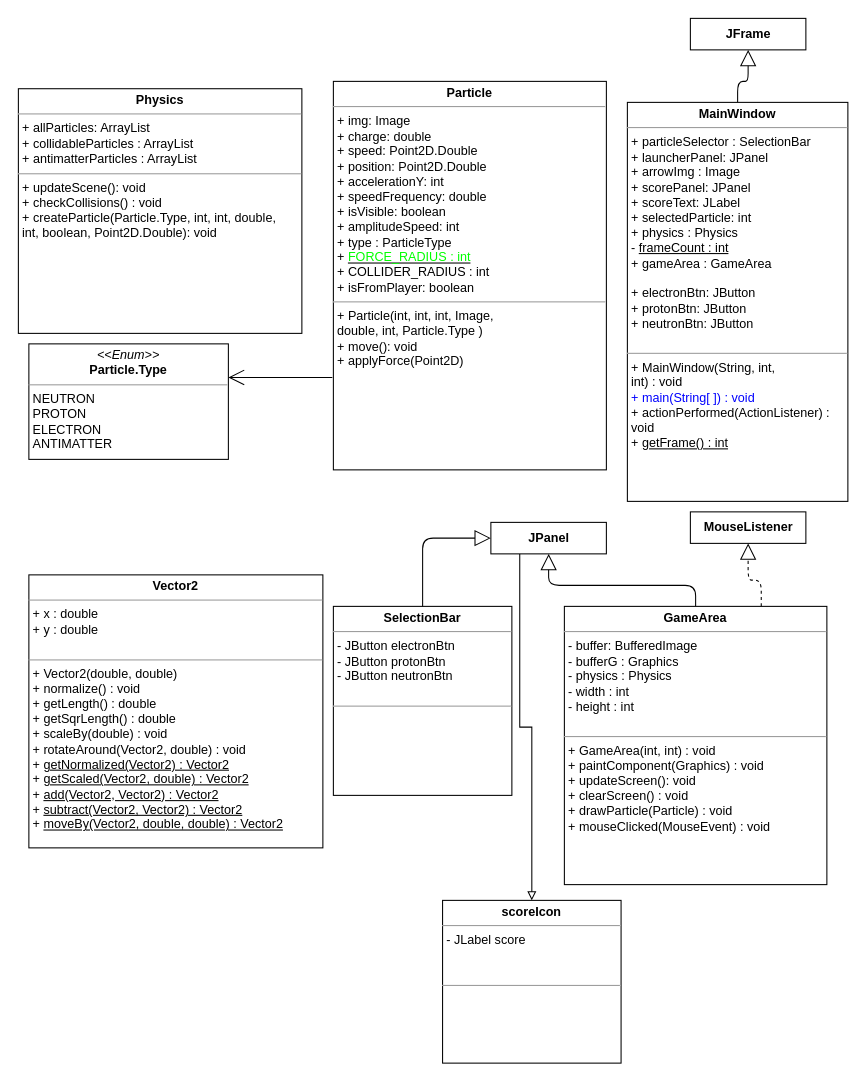
Above: DiagrammeUML.drawio in Iman974/Algo_Proj2A (draw.io), before the change. Source tidied: cells renumbered, new cells numbered last; positions are measured from the earlier drawing's top-left corner, leaving out a move shared by most shapes. Both pictures are drawn from the tidied source at 105%, with x=0, y=0 at pixel (18, 18).
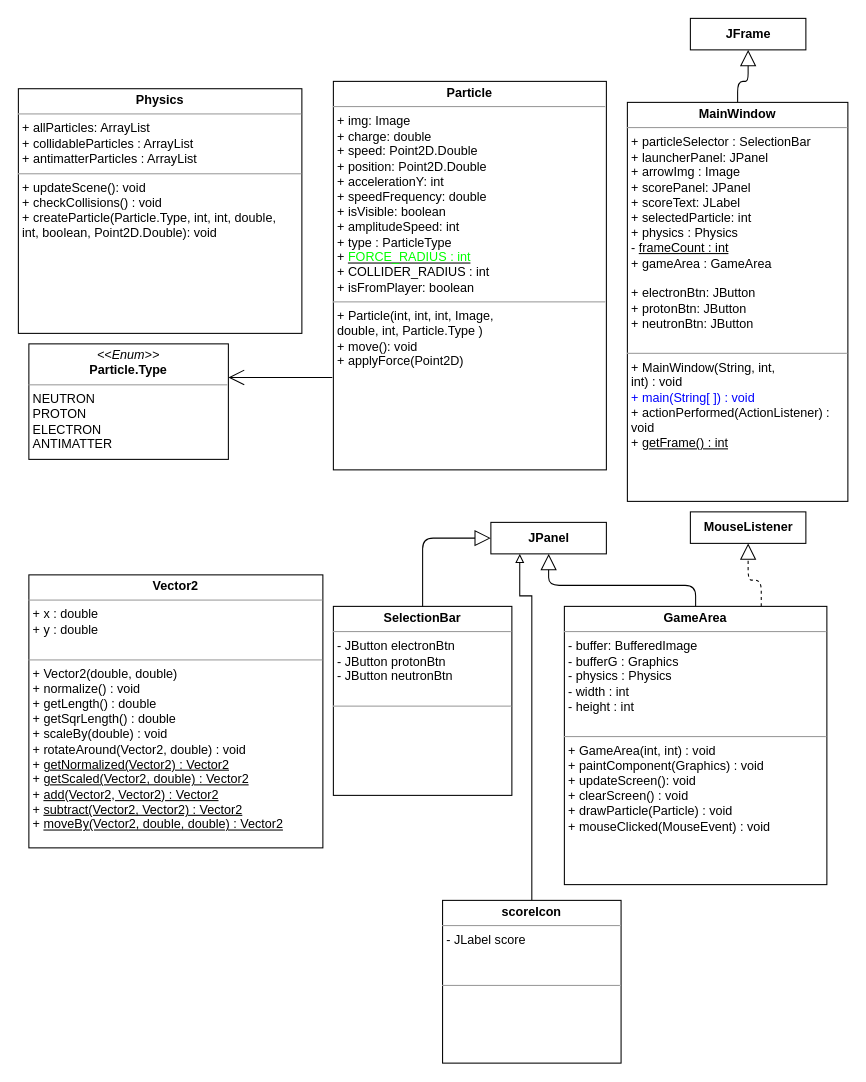
The same diagram, later.

Unchanged cells that the change refers to:
```xml
<mxCell id="13" value="&lt;b&gt;JPanel&lt;br&gt;&lt;/b&gt;" style="html=1;" parent="1" vertex="1">
  <mxGeometry x="450" y="480" width="110" height="30" as="geometry" />
</mxCell>
<mxCell id="18" value="&lt;p style=&quot;margin: 0px ; margin-top: 4px ; text-align: center&quot;&gt;&lt;b&gt;scoreIcon&lt;/b&gt;&lt;/p&gt;&lt;hr size=&quot;1&quot;&gt;&lt;p style=&quot;margin: 0px ; margin-left: 4px&quot;&gt;- JLabel score&lt;/p&gt;&lt;p style=&quot;margin: 0px ; margin-left: 4px&quot;&gt;&lt;br&gt;&lt;/p&gt;&lt;div style=&quot;padding: 0px ; margin: 0px&quot;&gt;&lt;br style=&quot;padding: 0px ; margin: 0px&quot;&gt;&lt;/div&gt;&lt;hr size=&quot;1&quot;&gt;&lt;p style=&quot;margin: 0px ; margin-left: 4px&quot;&gt;&lt;br&gt;&lt;/p&gt;" style="verticalAlign=top;align=left;overflow=fill;fontSize=12;fontFamily=Helvetica;html=1;rounded=0;shadow=0;comic=0;labelBackgroundColor=none;strokeWidth=1;" parent="1" vertex="1">
  <mxGeometry x="404" y="840" width="170" height="155" as="geometry" />
</mxCell>
```

Change to the diagram source:
```diff
@@
-    <mxCell id="12" style="edgeStyle=orthogonalEdgeStyle;rounded=0;jettySize=auto;html=1;exitX=0.25;exitY=1;exitDx=0;exitDy=0;entryX=0.5;entryY=0;entryDx=0;entryDy=0;endArrow=block;endFill=0;" parent="1" edge="1" source="13" target="18">
-      <mxGeometry relative="1" as="geometry" />
-    </mxCell>
@@
+    <mxCell id="19" style="edgeStyle=orthogonalEdgeStyle;rounded=0;jettySize=auto;html=1;exitX=0.5;exitY=0;exitDx=0;exitDy=0;entryX=0.25;entryY=1;entryDx=0;entryDy=0;endArrow=block;endFill=0;" parent="1" edge="1" source="18" target="13">
+      <mxGeometry relative="1" as="geometry">
+        <Array as="points">
+          <mxPoint x="489" y="550" />
+          <mxPoint x="478" y="550" />
+        </Array>
+      </mxGeometry>
+    </mxCell>
```
